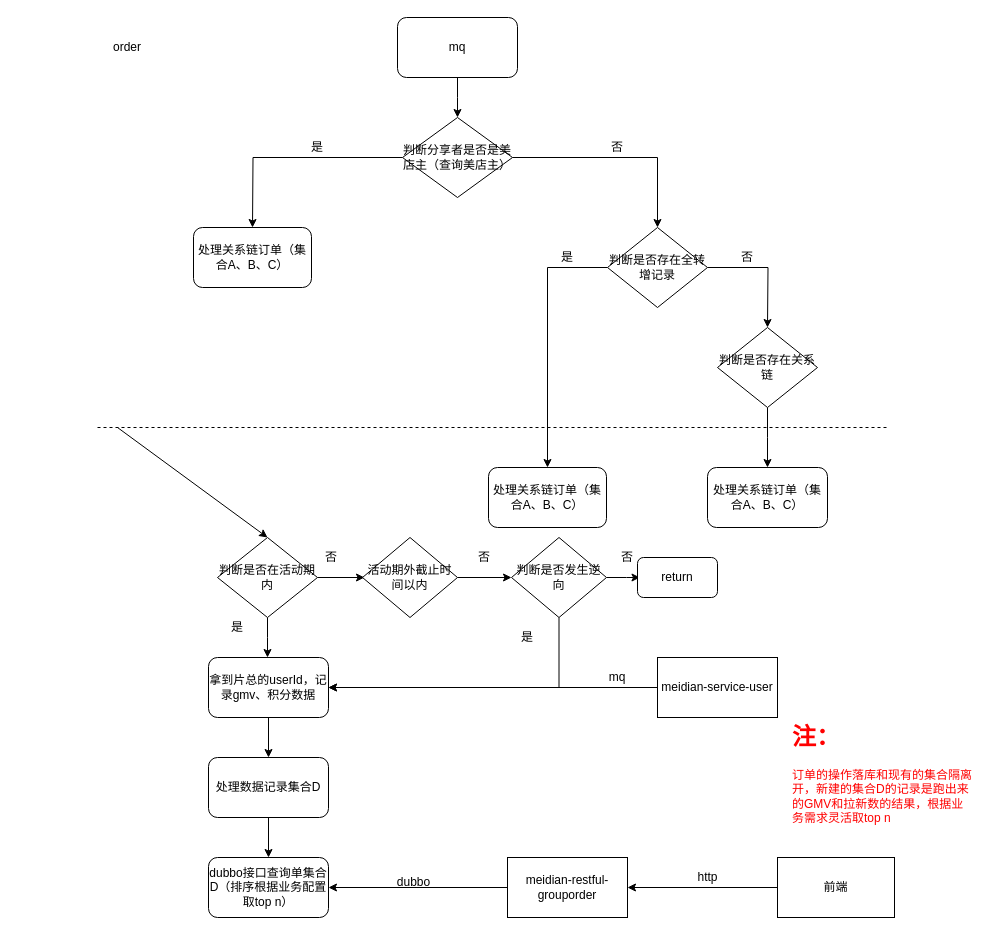
Earlier version of the draw.io diagram Untitled Diagram.drawio (Itxiaopao/viewFloder). Source tidied: cells renumbered, new cells numbered last; positions are measured from the earlier drawing's top-left corner, leaving out a move shared by most shapes. Both pictures are drawn from the tidied source at 100%, with x=0, y=0 at pixel (97, 17).
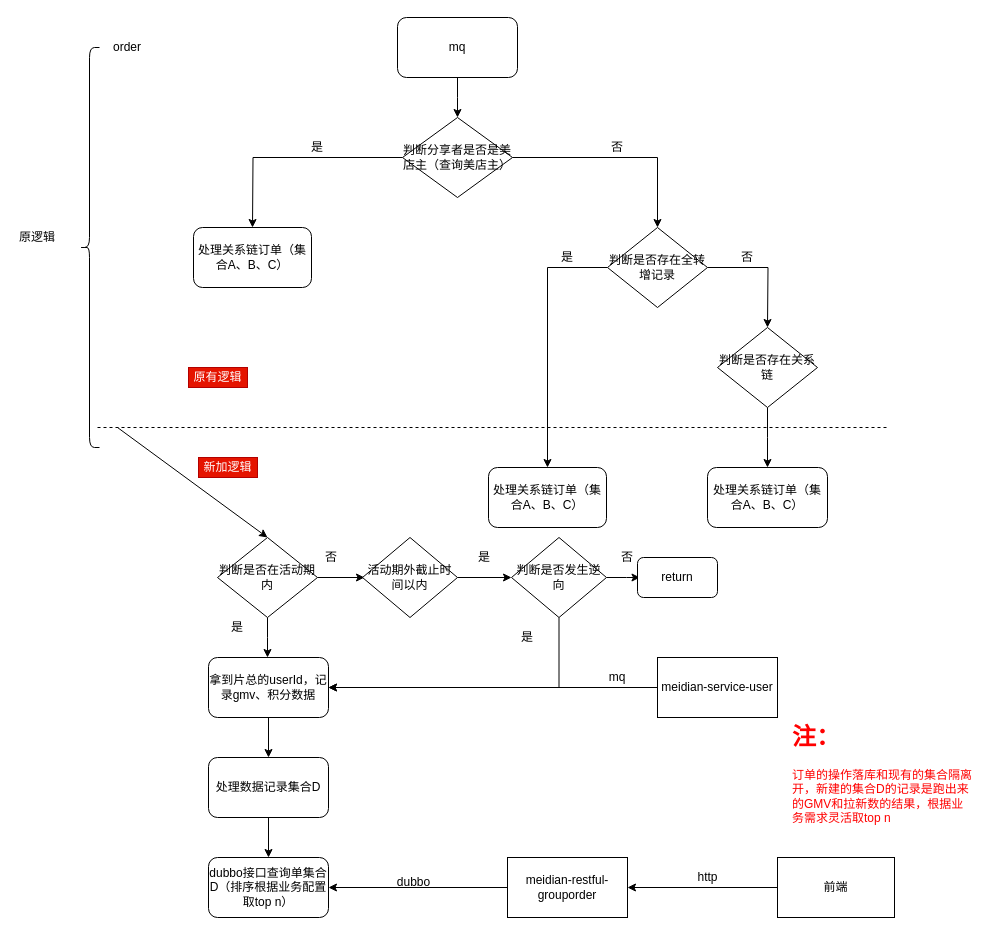
After the change.

Change to the diagram source:
```diff
@@
-    <mxCell id="50" value="否" style="text;html=1;strokeColor=none;fillColor=none;align=center;verticalAlign=middle;whiteSpace=wrap;rounded=0;" parent="1" vertex="1">
+    <mxCell id="50" value="是" style="text;html=1;strokeColor=none;fillColor=none;align=center;verticalAlign=middle;whiteSpace=wrap;rounded=0;" parent="1" vertex="1">
       <mxGeometry x="367" y="530" width="40" height="20" as="geometry" />
     </mxCell>
+    <mxCell id="51" style="shape=curlyBracket;whiteSpace=wrap;html=1;rounded=1;" parent="1" vertex="1">
+      <mxGeometry x="-18" y="30" width="20" height="400" as="geometry" />
+    </mxCell>
+    <mxCell id="52" value="原逻辑" style="text;html=1;strokeColor=none;fillColor=none;align=center;verticalAlign=middle;whiteSpace=wrap;rounded=0;" parent="1" vertex="1">
+      <mxGeometry x="-80" y="210" width="40" height="20" as="geometry" />
+    </mxCell>
+    <mxCell id="53" value="原有逻辑" style="text;html=1;strokeColor=#B20000;fillColor=#e51400;align=center;verticalAlign=middle;whiteSpace=wrap;rounded=0;fontColor=#ffffff;" parent="1" vertex="1">
+      <mxGeometry x="91" y="350" width="59" height="20" as="geometry" />
+    </mxCell>
+    <mxCell id="54" value="新加逻辑" style="text;html=1;strokeColor=#B20000;fillColor=#e51400;align=center;verticalAlign=middle;whiteSpace=wrap;rounded=0;fontColor=#ffffff;" parent="1" vertex="1">
+      <mxGeometry x="101" y="440" width="59" height="20" as="geometry" />
+    </mxCell>
```
